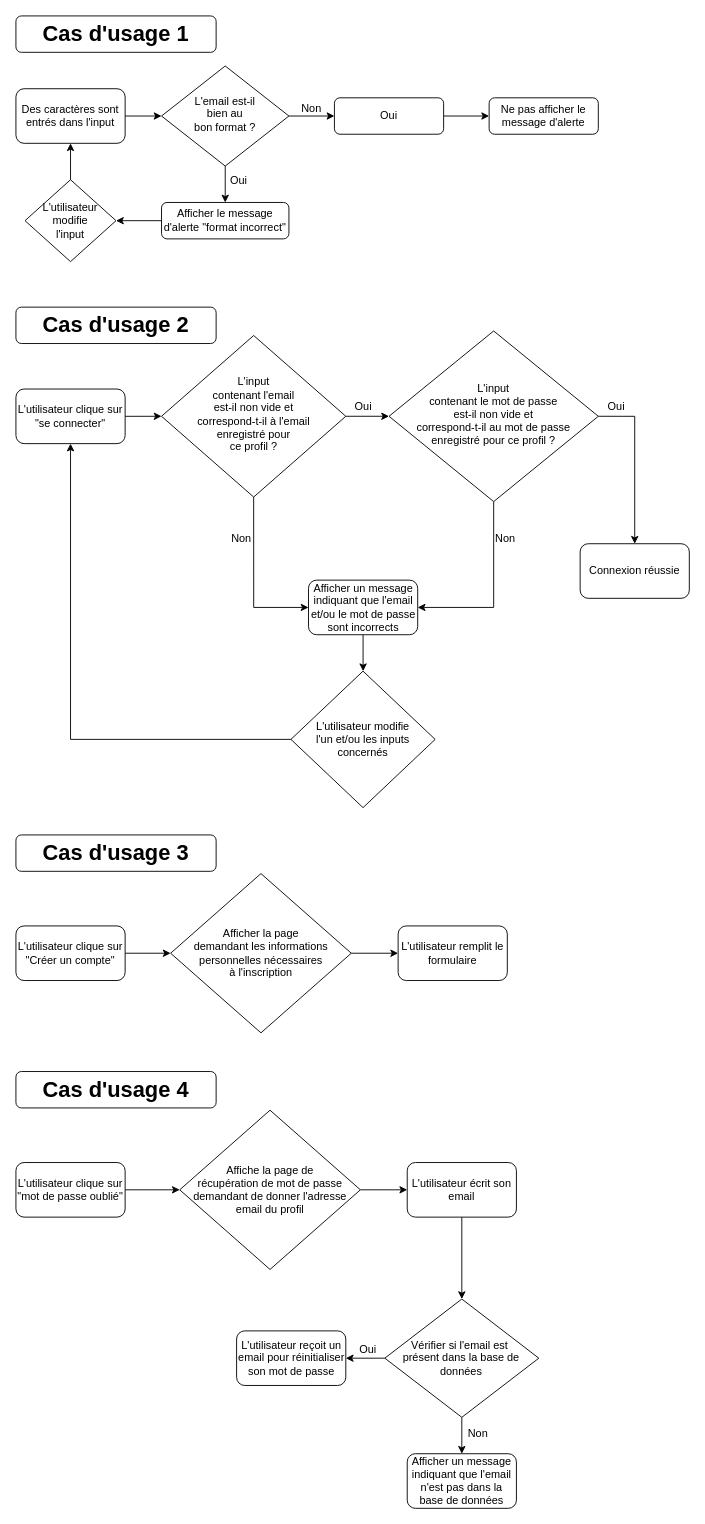
Before: page "Page de connexion" (1 of 5) of Learn@Home_Diagrammes.drawio in Adv13/DENIE_Tiffany_10_03032022, a draw.io diagram. Source tidied: cells renumbered, new cells numbered last; positions are measured from the earlier drawing's top-left corner, leaving out a move shared by most shapes. Both pictures are drawn from the tidied source at 91%, with x=0, y=0 at pixel (15, 15).
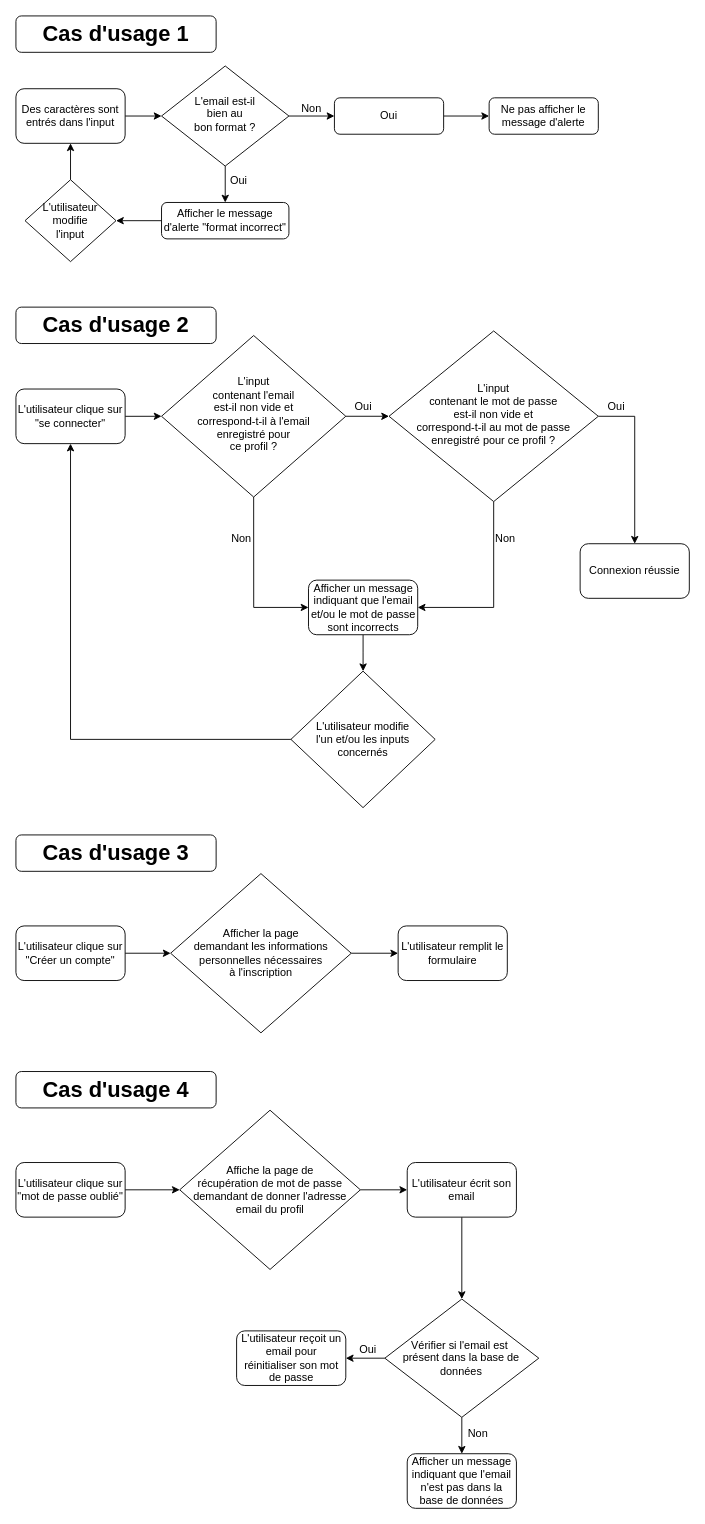
After the change.

The edit, as a diff of the source:
```diff
@@
-    <mxCell id="51" value="L'utilisateur reçoit un email pour réinitialiser son mot de passe" style="rounded=1;whiteSpace=wrap;html=1;" parent="1" vertex="1">
+    <mxCell id="51" value="L'utilisateur reçoit un email pour &lt;br&gt;réinitialiser son mot de passe" style="rounded=1;whiteSpace=wrap;html=1;" parent="1" vertex="1">
       <mxGeometry x="242.5" y="1445" width="120" height="60" as="geometry" />
     </mxCell>
```
